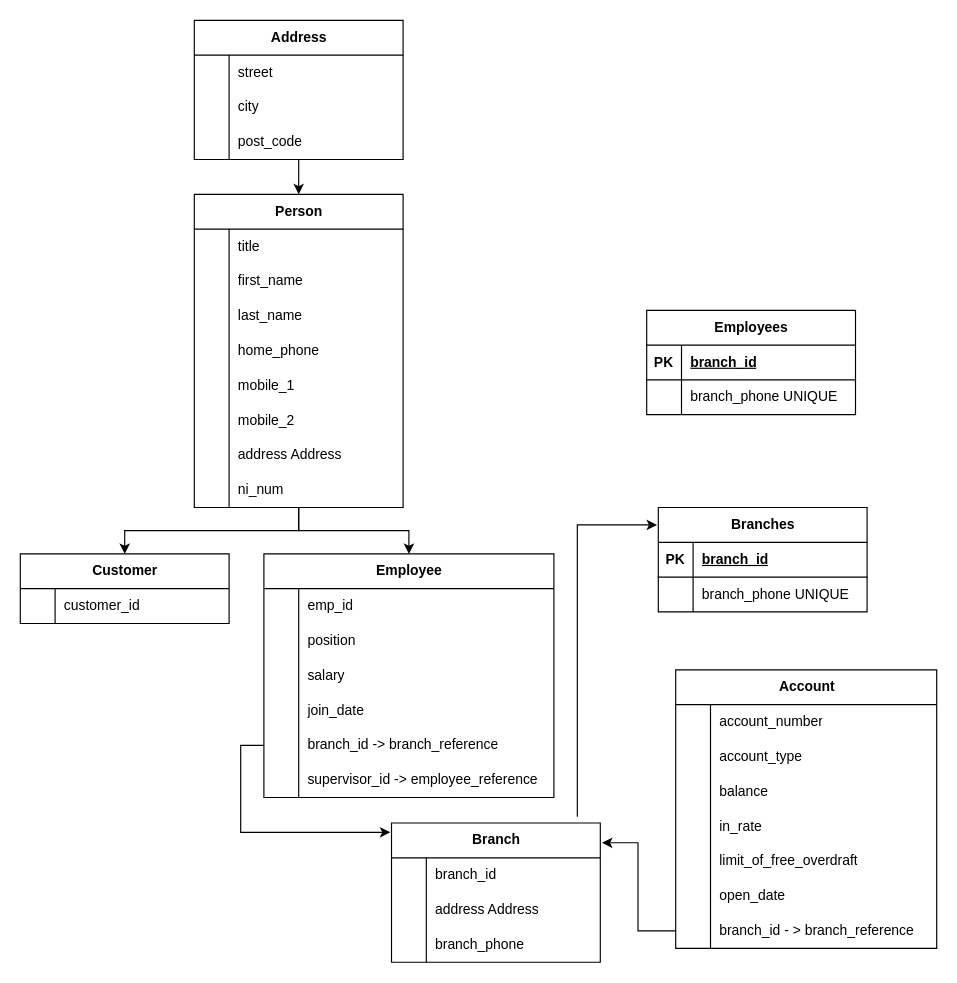
This is ERD_UPDATE.drawio from ervette/systemathic-design, a draw.io file, before an edit. Source tidied: cells renumbered, new cells numbered last; positions are measured from the earlier drawing's top-left corner, leaving out a move shared by most shapes. Both pictures are drawn from the tidied source at 116%, with x=0, y=0 at pixel (20, 20).
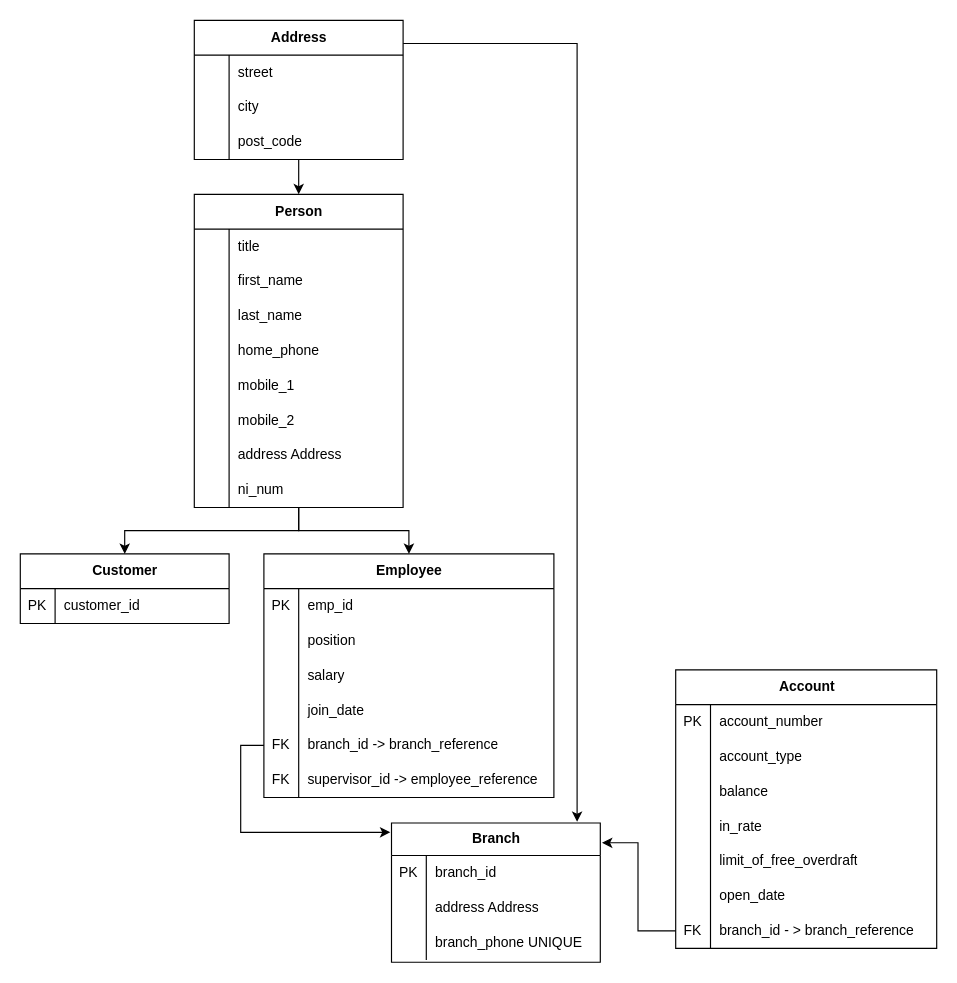
Above is the later version.

Unchanged cells that the change refers to:
```xml
<mxCell id="3" value="Address" style="shape=table;startSize=30;childLayout=tableLayout;rowLines=0;fontStyle=1;align=center;html=1;" parent="1" vertex="1">
  <mxGeometry x="150" width="180" height="120" as="geometry" />
</mxCell>
<mxCell id="48" style="shape=tableRow;horizontal=0;startSize=0;swimlaneHead=0;swimlaneBody=0;fillColor=none;top=0;left=0;right=0;bottom=0;" parent="47" vertex="1">
  <mxGeometry y="30" width="250" height="30" as="geometry" />
</mxCell>
<mxCell id="60" style="shape=tableRow;horizontal=0;startSize=0;swimlaneHead=0;swimlaneBody=0;fillColor=none;points=[[0,0.5],[1,0.5]];portConstraint=eastwest;top=0;left=0;right=0;bottom=0;" parent="47" vertex="1">
  <mxGeometry y="150" width="250" height="30" as="geometry" />
</mxCell>
<mxCell id="63" style="shape=tableRow;horizontal=0;startSize=0;swimlaneHead=0;swimlaneBody=0;fillColor=none;top=0;left=0;right=0;bottom=0;" parent="47" vertex="1">
  <mxGeometry y="180" width="250" height="30" as="geometry" />
</mxCell>
<mxCell id="67" style="shape=tableRow;horizontal=0;startSize=0;swimlaneHead=0;swimlaneBody=0;fillColor=none;top=0;left=0;right=0;bottom=0;" parent="66" vertex="1">
  <mxGeometry y="30" width="180" height="30" as="geometry" />
</mxCell>
<mxCell id="71" style="shape=tableRow;horizontal=0;startSize=0;swimlaneHead=0;swimlaneBody=0;fillColor=none;top=0;left=0;right=0;bottom=0;" parent="70" vertex="1">
  <mxGeometry y="30" width="225" height="30" as="geometry" />
</mxCell>
<mxCell id="89" style="shape=tableRow;horizontal=0;startSize=0;swimlaneHead=0;swimlaneBody=0;fillColor=none;points=[[0,0.5],[1,0.5]];portConstraint=eastwest;top=0;left=0;right=0;bottom=0;" parent="70" vertex="1">
  <mxGeometry y="210" width="225" height="30" as="geometry" />
</mxCell>
```

The edit, as a diff of the source:
```diff
@@
+    <mxCell id="112" style="edgeStyle=orthogonalEdgeStyle;rounded=0;jettySize=auto;html=1;" parent="1" edge="1" source="3">
+      <mxGeometry relative="1" as="geometry">
+        <mxPoint x="480" y="691" as="targetPoint" />
+        <Array as="points">
+          <mxPoint x="480" y="20" />
+          <mxPoint x="480" y="691" />
+        </Array>
+      </mxGeometry>
+    </mxCell>
@@
-    <mxCell id="13" value="Branches" style="shape=table;startSize=30;childLayout=tableLayout;rowLines=0;fontStyle=1;align=center;html=1;" parent="1" vertex="1">
-      <mxGeometry x="550" y="420" width="180" height="90" as="geometry" />
-    </mxCell>
-    <mxCell id="14" style="shape=tableRow;horizontal=0;startSize=0;swimlaneHead=0;swimlaneBody=0;fillColor=none;top=0;left=0;right=0;bottom=1;" parent="13" vertex="1">
-      <mxGeometry y="30" width="180" height="30" as="geometry" />
-    </mxCell>
-    <mxCell id="15" value="PK" style="shape=partialRectangle;fillColor=none;top=0;left=0;bottom=0;right=0;fontStyle=1;overflow=hidden;whiteSpace=wrap;html=1;" parent="14" vertex="1">
-      <mxGeometry width="30" height="30" as="geometry" />
-    </mxCell>
-    <mxCell id="16" value="branch_id" style="shape=partialRectangle;fillColor=none;top=0;left=0;bottom=0;right=0;align=left;spacingLeft=6;fontStyle=5;overflow=hidden;whiteSpace=wrap;html=1;" parent="14" vertex="1">
-      <mxGeometry x="30" width="150" height="30" as="geometry" />
-    </mxCell>
-    <mxCell id="17" style="shape=tableRow;horizontal=0;startSize=0;swimlaneHead=0;swimlaneBody=0;fillColor=none;top=0;left=0;right=0;bottom=0;" parent="13" vertex="1">
-      <mxGeometry y="60" width="180" height="30" as="geometry" />
-    </mxCell>
-    <mxCell id="18" style="shape=partialRectangle;fillColor=none;top=0;left=0;bottom=0;right=0;overflow=hidden;whiteSpace=wrap;html=1;" parent="17" vertex="1">
-      <mxGeometry width="30" height="30" as="geometry" />
-    </mxCell>
-    <mxCell id="19" value="branch_phone UNIQUE" style="shape=partialRectangle;fillColor=none;top=0;left=0;bottom=0;right=0;align=left;spacingLeft=6;overflow=hidden;whiteSpace=wrap;html=1;" parent="17" vertex="1">
-      <mxGeometry x="30" width="150" height="30" as="geometry" />
-    </mxCell>
@@
-    <mxCell id="49" style="shape=partialRectangle;fillColor=none;top=0;left=0;bottom=0;right=0;overflow=hidden;whiteSpace=wrap;html=1;" parent="48" vertex="1">
+    <mxCell id="49" value="PK" style="shape=partialRectangle;fillColor=none;top=0;left=0;bottom=0;right=0;overflow=hidden;whiteSpace=wrap;html=1;" parent="48" vertex="1">
       <mxGeometry width="30" height="30" as="geometry" />
     </mxCell>
@@
-    <mxCell id="61" style="shape=partialRectangle;fillColor=none;top=0;left=0;bottom=0;right=0;overflow=hidden;whiteSpace=wrap;html=1;" parent="60" vertex="1">
+    <mxCell id="61" value="FK" style="shape=partialRectangle;fillColor=none;top=0;left=0;bottom=0;right=0;overflow=hidden;whiteSpace=wrap;html=1;" parent="60" vertex="1">
       <mxGeometry width="30" height="30" as="geometry" />
     </mxCell>
@@
-    <mxCell id="64" style="shape=partialRectangle;fillColor=none;top=0;left=0;bottom=0;right=0;overflow=hidden;whiteSpace=wrap;html=1;" parent="63" vertex="1">
+    <mxCell id="64" value="FK" style="shape=partialRectangle;fillColor=none;top=0;left=0;bottom=0;right=0;overflow=hidden;whiteSpace=wrap;html=1;" parent="63" vertex="1">
       <mxGeometry width="30" height="30" as="geometry" />
     </mxCell>
@@
-    <mxCell id="68" style="shape=partialRectangle;fillColor=none;top=0;left=0;bottom=0;right=0;overflow=hidden;whiteSpace=wrap;html=1;" parent="67" vertex="1">
+    <mxCell id="68" value="PK" style="shape=partialRectangle;fillColor=none;top=0;left=0;bottom=0;right=0;overflow=hidden;whiteSpace=wrap;html=1;" parent="67" vertex="1">
       <mxGeometry width="30" height="30" as="geometry" />
     </mxCell>
@@
-    <mxCell id="72" style="shape=partialRectangle;fillColor=none;top=0;left=0;bottom=0;right=0;overflow=hidden;whiteSpace=wrap;html=1;" parent="71" vertex="1">
+    <mxCell id="72" value="PK" style="shape=partialRectangle;fillColor=none;top=0;left=0;bottom=0;right=0;overflow=hidden;whiteSpace=wrap;html=1;" parent="71" vertex="1">
       <mxGeometry width="30" height="30" as="geometry" />
     </mxCell>
@@
-    <mxCell id="90" style="shape=partialRectangle;fillColor=none;top=0;left=0;bottom=0;right=0;overflow=hidden;whiteSpace=wrap;html=1;" parent="89" vertex="1">
+    <mxCell id="90" value="FK" style="shape=partialRectangle;fillColor=none;top=0;left=0;bottom=0;right=0;overflow=hidden;whiteSpace=wrap;html=1;" parent="89" vertex="1">
       <mxGeometry width="30" height="30" as="geometry" />
     </mxCell>
@@
-    <mxCell id="92" style="edgeStyle=orthogonalEdgeStyle;rounded=0;jettySize=auto;html=1;entryX=-0.006;entryY=0.167;entryDx=0;entryDy=0;entryPerimeter=0;exitX=0.89;exitY=-0.045;exitDx=0;exitDy=0;exitPerimeter=0;" parent="1" edge="1" source="93" target="13">
-      <mxGeometry relative="1" as="geometry">
-        <Array as="points">
-          <mxPoint x="480" y="435" />
-        </Array>
-      </mxGeometry>
-    </mxCell>
-    <mxCell id="93" value="Branch" style="shape=table;startSize=30;childLayout=tableLayout;rowLines=0;fontStyle=1;align=center;html=1;" parent="1" vertex="1">
+    <mxCell id="93" value="Branch" style="shape=table;startSize=28;childLayout=tableLayout;rowLines=0;fontStyle=1;align=center;html=1;" parent="1" vertex="1">
       <mxGeometry x="320" y="692" width="180" height="120" as="geometry" />
     </mxCell>
     <mxCell id="94" style="shape=tableRow;horizontal=0;startSize=0;swimlaneHead=0;swimlaneBody=0;fillColor=none;top=0;left=0;right=0;bottom=0;" parent="93" vertex="1">
-      <mxGeometry y="30" width="180" height="30" as="geometry" />
+      <mxGeometry y="28" width="180" height="30" as="geometry" />
     </mxCell>
-    <mxCell id="95" style="shape=partialRectangle;fillColor=none;top=0;left=0;bottom=0;right=0;overflow=hidden;whiteSpace=wrap;html=1;" parent="94" vertex="1">
+    <mxCell id="95" value="PK" style="shape=partialRectangle;fillColor=none;top=0;left=0;bottom=0;right=0;overflow=hidden;whiteSpace=wrap;html=1;" parent="94" vertex="1">
       <mxGeometry width="30" height="30" as="geometry" />
     </mxCell>
@@
     <mxCell id="97" style="shape=tableRow;horizontal=0;startSize=0;swimlaneHead=0;swimlaneBody=0;fillColor=none;top=0;left=0;right=0;bottom=0;" parent="93" vertex="1">
-      <mxGeometry y="60" width="180" height="30" as="geometry" />
+      <mxGeometry y="58" width="180" height="30" as="geometry" />
     </mxCell>
@@
     <mxCell id="100" style="shape=tableRow;horizontal=0;startSize=0;swimlaneHead=0;swimlaneBody=0;fillColor=none;top=0;left=0;right=0;bottom=0;" parent="93" vertex="1">
-      <mxGeometry y="90" width="180" height="30" as="geometry" />
+      <mxGeometry y="88" width="180" height="30" as="geometry" />
     </mxCell>
@@
-    <mxCell id="102" value="branch_phone" style="shape=partialRectangle;fillColor=none;top=0;left=0;bottom=0;right=0;align=left;spacingLeft=6;overflow=hidden;whiteSpace=wrap;html=1;" parent="100" vertex="1">
+    <mxCell id="102" value="branch_phone UNIQUE" style="shape=partialRectangle;fillColor=none;top=0;left=0;bottom=0;right=0;align=left;spacingLeft=6;overflow=hidden;whiteSpace=wrap;html=1;" parent="100" vertex="1">
       <mxGeometry x="30" width="150" height="30" as="geometry" />
     </mxCell>
@@
-    <mxCell id="105" value="Employees" style="shape=table;startSize=30;childLayout=tableLayout;rowLines=0;fontStyle=1;align=center;html=1;" parent="1" vertex="1">
-      <mxGeometry x="540" y="250" width="180" height="90" as="geometry" />
-    </mxCell>
-    <mxCell id="106" style="shape=tableRow;horizontal=0;startSize=0;swimlaneHead=0;swimlaneBody=0;fillColor=none;top=0;left=0;right=0;bottom=1;" parent="105" vertex="1">
-      <mxGeometry y="30" width="180" height="30" as="geometry" />
-    </mxCell>
-    <mxCell id="107" value="PK" style="shape=partialRectangle;fillColor=none;top=0;left=0;bottom=0;right=0;fontStyle=1;overflow=hidden;whiteSpace=wrap;html=1;" parent="106" vertex="1">
-      <mxGeometry width="30" height="30" as="geometry" />
-    </mxCell>
-    <mxCell id="108" value="branch_id" style="shape=partialRectangle;fillColor=none;top=0;left=0;bottom=0;right=0;align=left;spacingLeft=6;fontStyle=5;overflow=hidden;whiteSpace=wrap;html=1;" parent="106" vertex="1">
-      <mxGeometry x="30" width="150" height="30" as="geometry" />
-    </mxCell>
-    <mxCell id="109" style="shape=tableRow;horizontal=0;startSize=0;swimlaneHead=0;swimlaneBody=0;fillColor=none;top=0;left=0;right=0;bottom=0;" parent="105" vertex="1">
-      <mxGeometry y="60" width="180" height="30" as="geometry" />
-    </mxCell>
-    <mxCell id="110" style="shape=partialRectangle;fillColor=none;top=0;left=0;bottom=0;right=0;overflow=hidden;whiteSpace=wrap;html=1;" parent="109" vertex="1">
-      <mxGeometry width="30" height="30" as="geometry" />
-    </mxCell>
-    <mxCell id="111" value="branch_phone UNIQUE" style="shape=partialRectangle;fillColor=none;top=0;left=0;bottom=0;right=0;align=left;spacingLeft=6;overflow=hidden;whiteSpace=wrap;html=1;" parent="109" vertex="1">
-      <mxGeometry x="30" width="150" height="30" as="geometry" />
-    </mxCell>
```
